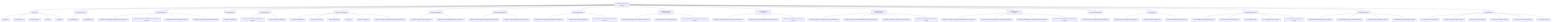
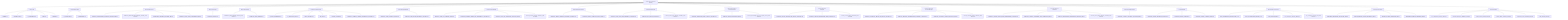
graph TD
    root["ToneSoul Documentation Authority"]
    root --> entrypoints["Entry Points"]
    entrypoints --> entrypoints_1["README.md"]
    entrypoints --> entrypoints_2["README.zh-TW.md"]
    entrypoints --> entrypoints_3["AI_ONBOARDING.md"]
    entrypoints --> entrypoints_4["INDEX.md"]
    entrypoints --> entrypoints_5["README.md"]
    root --> ai_operational_guides["AI Operational Guides"]
    ai_operational_guides --> ai_operational_guides_1["AI_QUICKSTART.md"]
    ai_operational_guides --> ai_operational_guides_2["AI_REFERENCE.md"]
    root --> canonical_architecture["Canonical Architecture"]
    canonical_architecture --> canonical_architecture_1["TONESOUL_EXTERNALIZED_COGNITIVE_ARCHITECTURE.md"]
    canonical_architecture --> canonical_architecture_2["TONESOUL_ARCHITECTURE_MEMORY_ANCHOR_2026-03-22.md"]
    canonical_architecture --> canonical_architecture_3["KNOWLEDGE_SURFACES_BOUNDARY_MAP.md"]
    canonical_architecture --> canonical_architecture_4["TONESOUL_EIGHT_LAYER_CONVERGENCE_MAP.md"]
    root --> deep_system_maps["Deep System Maps"]
    deep_system_maps --> deep_system_maps_1["TONESOUL_ANATOMY.md"]
    root --> interpretive_readings["Interpretive Readings"]
    interpretive_readings --> interpretive_readings_1["TONESOUL_DEEP_READING_ANCHOR_2026-03-26.md"]
    interpretive_readings --> interpretive_readings_2["TONESOUL_CODEX_READING.md"]
    root --> governance_execution["Governance And Execution"]
    governance_execution --> governance_execution_1["7D_AUDIT_FRAMEWORK.md"]
    governance_execution --> governance_execution_2["7D_EXECUTION_SPEC.md"]
    governance_execution --> governance_execution_3["AUDIT_CONTRACT.md"]
    governance_execution --> governance_execution_4["API_SPEC.md"]
    governance_execution --> governance_execution_5["COUNCIL_RUNTIME.md"]
    governance_execution --> governance_execution_6["TONESOUL_SHARED_R_MEMORY_OPERATIONS_CONTRACT.md"]
    root --> claim_authority_distillation["Claim Authority Distillation"]
    claim_authority_distillation --> claim_authority_distillation_1["TONESOUL_CLAIM_AUTHORITY_MATRIX.md"]
    claim_authority_distillation --> claim_authority_distillation_2["TONESOUL_LAW_RUNTIME_BOUNDARY_CONTRACT.md"]
+     root --> evidence_topology_and_verifiability["Evidence And Verifiability"]
+     evidence_topology_and_verifiability --> evidence_topology_and_verifiability_1["TONESOUL_CLAIM_TO_EVIDENCE_MATRIX.md"]
+     evidence_topology_and_verifiability --> evidence_topology_and_verifiability_2["TONESOUL_EVIDENCE_LADDER_AND_VERIFIABILITY_CONTRACT.md"]
+     evidence_topology_and_verifiability --> evidence_topology_and_verifiability_3["TONESOUL_TEST_AND_VALIDATION_TOPOLOGY_MAP.md"]
+     evidence_topology_and_verifiability --> evidence_topology_and_verifiability_4["tonesoul_evidence_followup_candidates_2026-03-29.md"]
    root --> subject_refresh_boundaries["Subject Refresh Boundaries"]
    subject_refresh_boundaries --> subject_refresh_boundaries_1["TONESOUL_SUBJECT_REFRESH_BOUNDARY_CONTRACT.md"]
    subject_refresh_boundaries --> subject_refresh_boundaries_2["TONESOUL_SUBJECT_SNAPSHOT_FIELD_LANES.md"]
    root --> control_plane_discipline["Control Plane Discipline"]
    control_plane_discipline --> control_plane_discipline_1["TONESOUL_TASK_TRACK_AND_READINESS_CONTRACT.md"]
    control_plane_discipline --> control_plane_discipline_2["TONESOUL_PLAN_DELTA_CONTRACT.md"]
    control_plane_discipline --> control_plane_discipline_3["tonesoul_control_plane_followup_candidates_2026-03-28.md"]
    root --> observable_shell_and_axiom_boundaries["Observable-Shell And Axiom Boundaries"]
    observable_shell_and_axiom_boundaries --> observable_shell_and_axiom_boundaries_1["TONESOUL_OBSERVABLE_SHELL_OPACITY_CONTRACT.md"]
    observable_shell_and_axiom_boundaries --> observable_shell_and_axiom_boundaries_2["TONESOUL_AXIOM_FALSIFICATION_MAP.md"]
    observable_shell_and_axiom_boundaries --> observable_shell_and_axiom_boundaries_3["tonesoul_observability_and_axiom_adoption_review_2026-03-28.md"]
    root --> council_deliberation_discipline["Council Deliberation Discipline"]
    council_deliberation_discipline --> council_deliberation_discipline_1["TONESOUL_COUNCIL_DOSSIER_AND_DISSENT_CONTRACT.md"]
    council_deliberation_discipline --> council_deliberation_discipline_2["TONESOUL_ADAPTIVE_DELIBERATION_MODE_CONTRACT.md"]
    council_deliberation_discipline --> council_deliberation_discipline_3["tonesoul_council_followup_candidates_2026-03-28.md"]
    root --> continuity_import_and_receiver_discipline["Continuity Import And Receiver Discipline"]
    continuity_import_and_receiver_discipline --> continuity_import_and_receiver_discipline_1["TONESOUL_CONTINUITY_IMPORT_AND_DECAY_CONTRACT.md"]
    continuity_import_and_receiver_discipline --> continuity_import_and_receiver_discipline_2["TONESOUL_RECEIVER_INTERPRETATION_BOUNDARY_CONTRACT.md"]
    continuity_import_and_receiver_discipline --> continuity_import_and_receiver_discipline_3["TONESOUL_CONTINUITY_SURFACE_LIFECYCLE_MAP.md"]
    continuity_import_and_receiver_discipline --> continuity_import_and_receiver_discipline_4["tonesoul_continuity_followup_candidates_2026-03-29.md"]
    root --> council_realism_and_calibration["Council Realism And Calibration"]
    council_realism_and_calibration --> council_realism_and_calibration_1["TONESOUL_COUNCIL_REALISM_AND_INDEPENDENCE_CONTRACT.md"]
    council_realism_and_calibration --> council_realism_and_calibration_2["TONESOUL_COUNCIL_CONFIDENCE_AND_CALIBRATION_MAP.md"]
    council_realism_and_calibration --> council_realism_and_calibration_3["TONESOUL_ADVERSARIAL_DELIBERATION_ADOPTION_MAP.md"]
    council_realism_and_calibration --> council_realism_and_calibration_4["tonesoul_council_realism_followup_candidates_2026-03-29.md"]
    root --> context_continuity_adoption["Context Continuity Adoption"]
    context_continuity_adoption --> context_continuity_adoption_1["TONESOUL_CONTEXT_CONTINUITY_ADOPTION_MAP.md"]
    root --> prompt_discipline_skeleton["Prompt Discipline"]
    prompt_discipline_skeleton --> prompt_discipline_skeleton_1["TONESOUL_PROMPT_DISCIPLINE_SKELETON.md"]
    prompt_discipline_skeleton --> prompt_discipline_skeleton_2["TONESOUL_PROMPT_VARIANTS.md"]
    prompt_discipline_skeleton --> prompt_discipline_skeleton_3["TONESOUL_PROMPT_STARTER_CARDS.md"]
    root --> doc_governance["Documentation Governance"]
    doc_governance --> doc_governance_1["DOCS_INFORMATION_ARCHITECTURE_v1.md"]
    doc_governance --> doc_governance_2["DOCS_CLASSIFICATION_LEDGER_v1.md"]
    doc_governance --> doc_governance_3["FILE_PURPOSE_MAP.md"]
    doc_governance --> doc_governance_4["doc_convergence_inventory_latest.json"]
    doc_governance --> doc_governance_5["doc_convergence_cleanup_plan_2026-03-22.md"]
    root --> convergence_contracts["Convergence Contracts"]
    convergence_contracts --> convergence_contracts_1["BASENAME_DIVERGENCE_DISTILLATION_MAP.md"]
    convergence_contracts --> convergence_contracts_2["PRIVATE_MEMORY_SHADOW_BOUNDARY_MAP.md"]
    convergence_contracts --> convergence_contracts_3["PARADOX_FIXTURE_OWNERSHIP_MAP.md"]
    convergence_contracts --> convergence_contracts_4["ENGINEERING_MIRROR_OWNERSHIP_MAP.md"]
    root --> generated_status["Generated Status"]
    generated_status --> generated_status_1["doc_convergence_inventory_latest.json"]
    generated_status --> generated_status_2["basename_divergence_distillation_latest.json"]
    generated_status --> generated_status_3["private_memory_shadow_latest.json"]
    generated_status --> generated_status_4["paradox_fixture_ownership_latest.json"]
    generated_status --> generated_status_5["engineering_mirror_ownership_latest.json"]
    generated_status --> generated_status_6["claim_authority_latest.json"]
